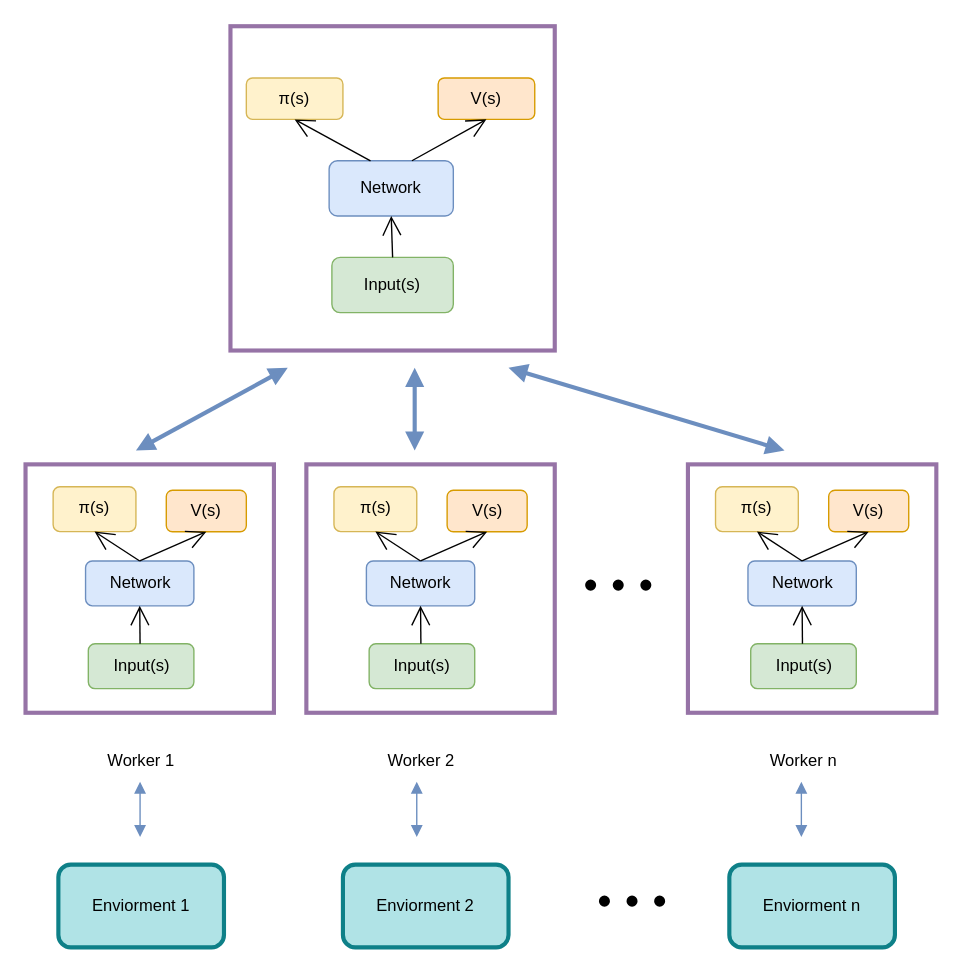
Before: A3C.drawio in cola1998/CSDN-, a draw.io diagram. Source tidied: cells renumbered, new cells numbered last; positions are measured from the earlier drawing's top-left corner, leaving out a move shared by most shapes. Both pictures are drawn from the tidied source at 138%, with x=0, y=0 at pixel (25, 25).
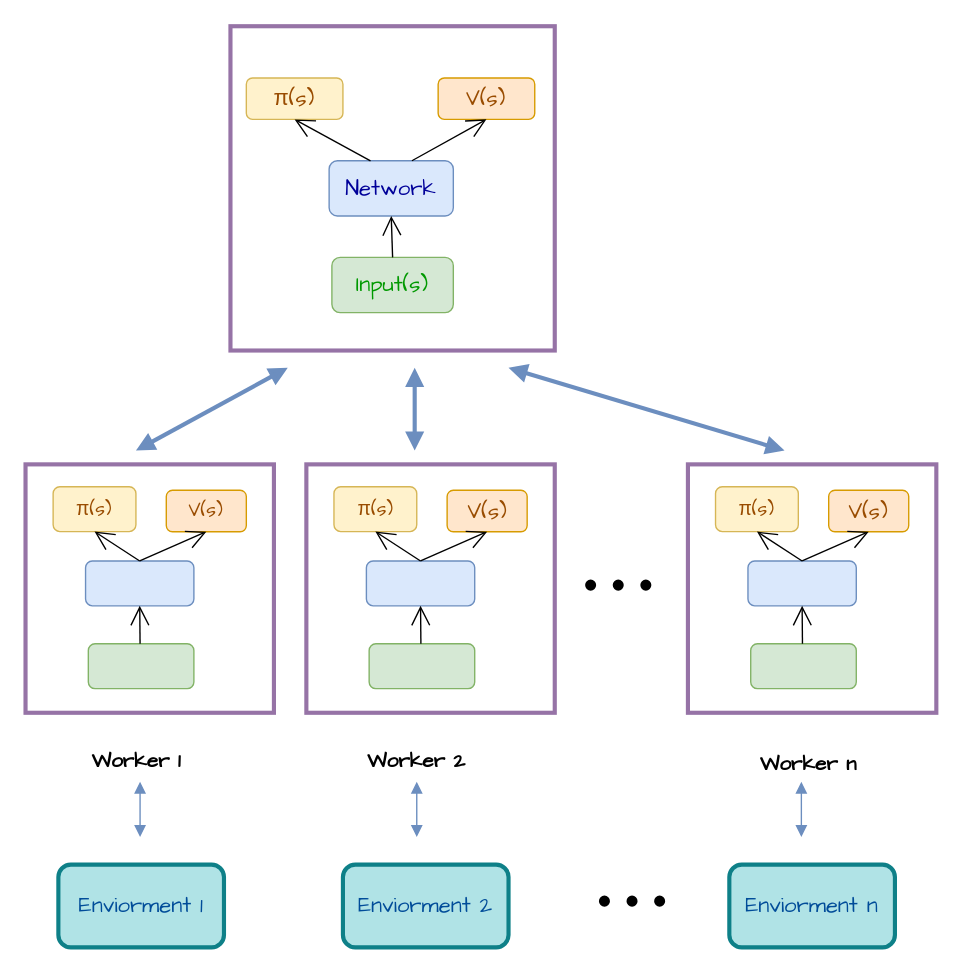
Above is the later version.

What changed in the source:
```diff
@@
+    <mxCell id="36" style="whiteSpace=wrap;html=1;shadow=0;fillColor=none;strokeColor=#9673a6;strokeWidth=3;perimeterSpacing=0;" parent="1" vertex="1">
+      <mxGeometry x="480" y="318" width="180" height="180" as="geometry" />
+    </mxCell>
+    <mxCell id="27" style="whiteSpace=wrap;html=1;shadow=0;fillColor=none;strokeColor=#9673a6;strokeWidth=3;perimeterSpacing=0;" parent="1" vertex="1">
+      <mxGeometry x="203.5" y="318" width="180" height="180" as="geometry" />
+    </mxCell>
+    <mxCell id="17" style="whiteSpace=wrap;html=1;shadow=0;fillColor=none;strokeColor=#9673a6;strokeWidth=3;perimeterSpacing=0;" parent="1" vertex="1">
+      <mxGeometry y="318" width="180" height="180" as="geometry" />
+    </mxCell>
+    <mxCell id="9" style="whiteSpace=wrap;html=1;shadow=0;fillColor=none;strokeColor=#9673a6;strokeWidth=3;perimeterSpacing=0;" parent="1" vertex="1">
+      <mxGeometry x="148.5" y="0.5" width="235" height="235" as="geometry" />
+    </mxCell>
-    <mxCell id="2" value="π(s)" style="rounded=1;whiteSpace=wrap;html=1;fillColor=#fff2cc;strokeColor=#d6b656;" parent="1" vertex="1">
+    <mxCell id="2" value="&lt;p style=&quot;font-size: 16px&quot;&gt;&lt;font color=&quot;#994c00&quot; face=&quot;Comic Sans MS&quot; style=&quot;font-size: 16px&quot;&gt;π(s)&lt;/font&gt;&lt;/p&gt;" style="rounded=1;whiteSpace=wrap;html=1;fillColor=#fff2cc;strokeColor=#d6b656;" parent="1" vertex="1">
       <mxGeometry x="160" y="38" width="70" height="30" as="geometry" />
     </mxCell>
-    <mxCell id="3" value="V(s)" style="rounded=1;whiteSpace=wrap;html=1;fillColor=#ffe6cc;strokeColor=#d79b00;" parent="1" vertex="1">
+    <mxCell id="3" value="&lt;font color=&quot;#994c00&quot; face=&quot;Comic Sans MS&quot; style=&quot;font-size: 16px&quot;&gt;V(s)&lt;/font&gt;" style="rounded=1;whiteSpace=wrap;html=1;fillColor=#ffe6cc;strokeColor=#d79b00;" parent="1" vertex="1">
       <mxGeometry x="299" y="38" width="70" height="30" as="geometry" />
     </mxCell>
-    <mxCell id="4" value="Network" style="rounded=1;whiteSpace=wrap;html=1;fillColor=#dae8fc;strokeColor=#6c8ebf;" parent="1" vertex="1">
+    <mxCell id="4" value="&lt;font color=&quot;#000099&quot; face=&quot;Comic Sans MS&quot; style=&quot;font-size: 16px&quot;&gt;Network&lt;/font&gt;" style="rounded=1;whiteSpace=wrap;html=1;fillColor=#dae8fc;strokeColor=#6c8ebf;" parent="1" vertex="1">
       <mxGeometry x="220" y="98" width="90" height="40" as="geometry" />
     </mxCell>
-    <mxCell id="5" value="Input(s)" style="rounded=1;whiteSpace=wrap;html=1;fillColor=#d5e8d4;strokeColor=#82b366;" parent="1" vertex="1">
+    <mxCell id="5" value="&lt;font color=&quot;#009900&quot; face=&quot;Comic Sans MS&quot; style=&quot;font-size: 16px&quot;&gt;Input(s)&lt;/font&gt;" style="rounded=1;whiteSpace=wrap;html=1;fillColor=#d5e8d4;strokeColor=#82b366;" parent="1" vertex="1">
       <mxGeometry x="222" y="168" width="88" height="40" as="geometry" />
     </mxCell>
@@
-    <mxCell id="9" style="whiteSpace=wrap;html=1;shadow=0;fillColor=none;strokeColor=#9673a6;strokeWidth=3;perimeterSpacing=0;" parent="1" vertex="1">
-      <mxGeometry x="148.5" y="0.5" width="235" height="235" as="geometry" />
-    </mxCell>
-    <mxCell id="10" value="π(s)" style="rounded=1;whiteSpace=wrap;html=1;fillColor=#fff2cc;strokeColor=#d6b656;" parent="1" vertex="1">
+    <mxCell id="10" value="&lt;p style=&quot;text-align: center ; color: rgb(0 , 0 , 0) ; text-transform: none ; text-indent: 0px ; letter-spacing: normal ; font-family: &amp;#34;helvetica&amp;#34; ; font-size: 14px ; font-style: normal ; font-variant: normal ; font-weight: 400 ; text-decoration: none ; word-spacing: 0px ; background-color: transparent&quot;&gt;&lt;font color=&quot;#994c00&quot; face=&quot;Comic Sans MS&quot; style=&quot;font-size: 14px&quot;&gt;π(s)&lt;/font&gt;&lt;/p&gt;" style="rounded=1;whiteSpace=wrap;html=1;fillColor=#fff2cc;strokeColor=#d6b656;" parent="1" vertex="1">
       <mxGeometry x="20" y="334.2" width="60" height="32.5" as="geometry" />
     </mxCell>
-    <mxCell id="11" value="V(s)" style="rounded=1;whiteSpace=wrap;html=1;fillColor=#ffe6cc;strokeColor=#d79b00;" parent="1" vertex="1">
+    <mxCell id="11" value="&lt;font color=&quot;#994c00&quot; face=&quot;Comic Sans MS&quot; style=&quot;font-size: 14px&quot;&gt;V(s)&lt;/font&gt;" style="rounded=1;whiteSpace=wrap;html=1;fillColor=#ffe6cc;strokeColor=#d79b00;" parent="1" vertex="1">
       <mxGeometry x="102" y="336.8" width="58" height="30" as="geometry" />
     </mxCell>
-    <mxCell id="12" value="Network" style="rounded=1;whiteSpace=wrap;html=1;fillColor=#dae8fc;strokeColor=#6c8ebf;" parent="1" vertex="1">
+    <mxCell id="12" style="rounded=1;whiteSpace=wrap;html=1;fillColor=#dae8fc;strokeColor=#6c8ebf;" parent="1" vertex="1">
       <mxGeometry x="43.5" y="388" width="78.5" height="32.5" as="geometry" />
     </mxCell>
-    <mxCell id="13" value="Input(s)" style="rounded=1;whiteSpace=wrap;html=1;fillColor=#d5e8d4;strokeColor=#82b366;" parent="1" vertex="1">
+    <mxCell id="13" style="rounded=1;whiteSpace=wrap;html=1;fillColor=#d5e8d4;strokeColor=#82b366;" parent="1" vertex="1">
       <mxGeometry x="45.5" y="448" width="76.5" height="32.5" as="geometry" />
     </mxCell>
@@
-    <mxCell id="17" style="whiteSpace=wrap;html=1;shadow=0;fillColor=none;strokeColor=#9673a6;strokeWidth=3;perimeterSpacing=0;" parent="1" vertex="1">
-      <mxGeometry y="318" width="180" height="180" as="geometry" />
-    </mxCell>
@@
-    <mxCell id="19" value="Worker 1" style="text;html=1;strokeColor=none;fillColor=none;align=center;verticalAlign=middle;whiteSpace=wrap;rounded=0;shadow=0;" parent="1" vertex="1">
-      <mxGeometry x="53.8" y="518" width="60" height="30" as="geometry" />
+    <mxCell id="19" value="&lt;font face=&quot;Comic Sans MS&quot; style=&quot;font-size: 15px&quot;&gt;&lt;b&gt;Worker 1&lt;/b&gt;&lt;/font&gt;" style="text;html=1;strokeColor=none;fillColor=none;align=center;verticalAlign=middle;whiteSpace=wrap;rounded=0;shadow=0;" parent="1" vertex="1">
+      <mxGeometry x="38.8" y="518" width="83.2" height="30" as="geometry" />
     </mxCell>
-    <mxCell id="20" value="π(s)" style="rounded=1;whiteSpace=wrap;html=1;fillColor=#fff2cc;strokeColor=#d6b656;" parent="1" vertex="1">
+    <mxCell id="20" value="&lt;p style=&quot;text-align: center ; color: rgb(0 , 0 , 0) ; text-transform: none ; text-indent: 0px ; letter-spacing: normal ; font-size: 14px ; font-style: normal ; font-variant: normal ; font-weight: 400 ; text-decoration: none ; word-spacing: 0px ; background-color: transparent&quot;&gt;&lt;font color=&quot;#994c00&quot; face=&quot;Comic Sans MS&quot; style=&quot;font-size: 14px&quot;&gt;π(s)&lt;/font&gt;&lt;/p&gt;" style="rounded=1;whiteSpace=wrap;html=1;fillColor=#fff2cc;strokeColor=#d6b656;" parent="1" vertex="1">
       <mxGeometry x="223.5" y="334.2" width="60" height="32.5" as="geometry" />
     </mxCell>
-    <mxCell id="21" value="V(s)" style="rounded=1;whiteSpace=wrap;html=1;fillColor=#ffe6cc;strokeColor=#d79b00;" parent="1" vertex="1">
+    <mxCell id="21" value="&lt;font color=&quot;#994c00&quot; face=&quot;Comic Sans MS&quot; size=&quot;3&quot;&gt;V(s)&lt;/font&gt;" style="rounded=1;whiteSpace=wrap;html=1;fillColor=#ffe6cc;strokeColor=#d79b00;" parent="1" vertex="1">
       <mxGeometry x="305.5" y="336.8" width="58" height="30" as="geometry" />
     </mxCell>
-    <mxCell id="22" value="Network" style="rounded=1;whiteSpace=wrap;html=1;fillColor=#dae8fc;strokeColor=#6c8ebf;" parent="1" vertex="1">
+    <mxCell id="22" style="rounded=1;whiteSpace=wrap;html=1;fillColor=#dae8fc;strokeColor=#6c8ebf;" parent="1" vertex="1">
       <mxGeometry x="247" y="388" width="78.5" height="32.5" as="geometry" />
     </mxCell>
-    <mxCell id="23" value="Input(s)" style="rounded=1;whiteSpace=wrap;html=1;fillColor=#d5e8d4;strokeColor=#82b366;" parent="1" vertex="1">
+    <mxCell id="23" style="rounded=1;whiteSpace=wrap;html=1;fillColor=#d5e8d4;strokeColor=#82b366;" parent="1" vertex="1">
       <mxGeometry x="249" y="448" width="76.5" height="32.5" as="geometry" />
     </mxCell>
@@
-    <mxCell id="27" style="whiteSpace=wrap;html=1;shadow=0;fillColor=none;strokeColor=#9673a6;strokeWidth=3;perimeterSpacing=0;" parent="1" vertex="1">
-      <mxGeometry x="203.5" y="318" width="180" height="180" as="geometry" />
-    </mxCell>
-    <mxCell id="28" value="Worker 2" style="text;html=1;strokeColor=none;fillColor=none;align=center;verticalAlign=middle;whiteSpace=wrap;rounded=0;shadow=0;" parent="1" vertex="1">
-      <mxGeometry x="257.2" y="518" width="60" height="30" as="geometry" />
-    </mxCell>
-    <mxCell id="29" value="π(s)" style="rounded=1;whiteSpace=wrap;html=1;fillColor=#fff2cc;strokeColor=#d6b656;" parent="1" vertex="1">
+    <mxCell id="29" value="&lt;p style=&quot;text-align: center ; color: rgb(0 , 0 , 0) ; text-transform: none ; text-indent: 0px ; letter-spacing: normal ; font-size: 14px ; font-style: normal ; font-variant: normal ; font-weight: 400 ; text-decoration: none ; word-spacing: 0px ; background-color: transparent&quot;&gt;&lt;font color=&quot;#994c00&quot; face=&quot;Comic Sans MS&quot; style=&quot;font-size: 14px&quot;&gt;π(s)&lt;/font&gt;&lt;/p&gt;" style="rounded=1;whiteSpace=wrap;html=1;fillColor=#fff2cc;strokeColor=#d6b656;" parent="1" vertex="1">
       <mxGeometry x="500" y="334.2" width="60" height="32.5" as="geometry" />
     </mxCell>
-    <mxCell id="30" value="V(s)" style="rounded=1;whiteSpace=wrap;html=1;fillColor=#ffe6cc;strokeColor=#d79b00;" parent="1" vertex="1">
+    <mxCell id="30" value="&lt;font color=&quot;#994c00&quot; face=&quot;Comic Sans MS&quot; size=&quot;3&quot;&gt;V(s)&lt;/font&gt;" style="rounded=1;whiteSpace=wrap;html=1;fillColor=#ffe6cc;strokeColor=#d79b00;" parent="1" vertex="1">
       <mxGeometry x="582" y="336.8" width="58" height="30" as="geometry" />
     </mxCell>
-    <mxCell id="31" value="Network" style="rounded=1;whiteSpace=wrap;html=1;fillColor=#dae8fc;strokeColor=#6c8ebf;" parent="1" vertex="1">
+    <mxCell id="31" style="rounded=1;whiteSpace=wrap;html=1;fillColor=#dae8fc;strokeColor=#6c8ebf;" parent="1" vertex="1">
       <mxGeometry x="523.5" y="388" width="78.5" height="32.5" as="geometry" />
     </mxCell>
-    <mxCell id="32" value="Input(s)" style="rounded=1;whiteSpace=wrap;html=1;fillColor=#d5e8d4;strokeColor=#82b366;" parent="1" vertex="1">
+    <mxCell id="32" style="rounded=1;whiteSpace=wrap;html=1;fillColor=#d5e8d4;strokeColor=#82b366;" parent="1" vertex="1">
       <mxGeometry x="525.5" y="448" width="76.5" height="32.5" as="geometry" />
     </mxCell>
@@
-    <mxCell id="36" style="whiteSpace=wrap;html=1;shadow=0;fillColor=none;strokeColor=#9673a6;strokeWidth=3;perimeterSpacing=0;" parent="1" vertex="1">
-      <mxGeometry x="480" y="318" width="180" height="180" as="geometry" />
-    </mxCell>
-    <mxCell id="37" value="Worker n" style="text;html=1;strokeColor=none;fillColor=none;align=center;verticalAlign=middle;whiteSpace=wrap;rounded=0;shadow=0;" parent="1" vertex="1">
-      <mxGeometry x="533.8" y="518" width="60" height="30" as="geometry" />
-    </mxCell>
-    <mxCell id="38" value="Enviorment 1" style="rounded=1;whiteSpace=wrap;html=1;shadow=0;strokeWidth=3;fillColor=#b0e3e6;strokeColor=#0e8088;" parent="1" vertex="1">
+    <mxCell id="38" value="&lt;font color=&quot;#004c99&quot; face=&quot;Comic Sans MS&quot; style=&quot;font-size: 16px&quot;&gt;Enviorment 1&lt;/font&gt;" style="rounded=1;whiteSpace=wrap;html=1;shadow=0;strokeWidth=3;fillColor=#b0e3e6;strokeColor=#0e8088;" parent="1" vertex="1">
       <mxGeometry x="23.8" y="608" width="120" height="60" as="geometry" />
     </mxCell>
-    <mxCell id="39" value="Enviorment 2" style="rounded=1;whiteSpace=wrap;html=1;shadow=0;strokeWidth=3;fillColor=#b0e3e6;strokeColor=#0e8088;" parent="1" vertex="1">
+    <mxCell id="39" value="&lt;font color=&quot;#004c99&quot; face=&quot;Comic Sans MS&quot; style=&quot;font-size: 16px&quot;&gt;Enviorment 2&lt;/font&gt;" style="rounded=1;whiteSpace=wrap;html=1;shadow=0;strokeWidth=3;fillColor=#b0e3e6;strokeColor=#0e8088;" parent="1" vertex="1">
       <mxGeometry x="230" y="608" width="120" height="60" as="geometry" />
     </mxCell>
-    <mxCell id="40" value="Enviorment n" style="rounded=1;whiteSpace=wrap;html=1;shadow=0;strokeWidth=3;fillColor=#b0e3e6;strokeColor=#0e8088;" parent="1" vertex="1">
+    <mxCell id="40" value="&lt;font color=&quot;#004c99&quot; face=&quot;Comic Sans MS&quot; style=&quot;font-size: 16px&quot;&gt;Enviorment n&lt;/font&gt;" style="rounded=1;whiteSpace=wrap;html=1;shadow=0;strokeWidth=3;fillColor=#b0e3e6;strokeColor=#0e8088;" parent="1" vertex="1">
       <mxGeometry x="510" y="608" width="120" height="60" as="geometry" />
     </mxCell>
@@
+    <mxCell id="28" value="&lt;font face=&quot;Comic Sans MS&quot; style=&quot;font-size: 15px&quot;&gt;&lt;b&gt;Worker 2&lt;/b&gt;&lt;/font&gt;" style="text;html=1;strokeColor=none;fillColor=none;align=center;verticalAlign=middle;whiteSpace=wrap;rounded=0;shadow=0;" parent="1" vertex="1">
+      <mxGeometry x="242.2" y="518" width="83.2" height="30" as="geometry" />
+    </mxCell>
+    <mxCell id="37" value="&lt;font face=&quot;Comic Sans MS&quot; style=&quot;font-size: 15px&quot;&gt;&lt;b&gt;Worker n&lt;/b&gt;&lt;/font&gt;" style="text;html=1;strokeColor=none;fillColor=none;align=center;verticalAlign=middle;whiteSpace=wrap;rounded=0;shadow=0;" parent="1" vertex="1">
+      <mxGeometry x="525.5" y="520" width="83.2" height="30" as="geometry" />
+    </mxCell>
```
